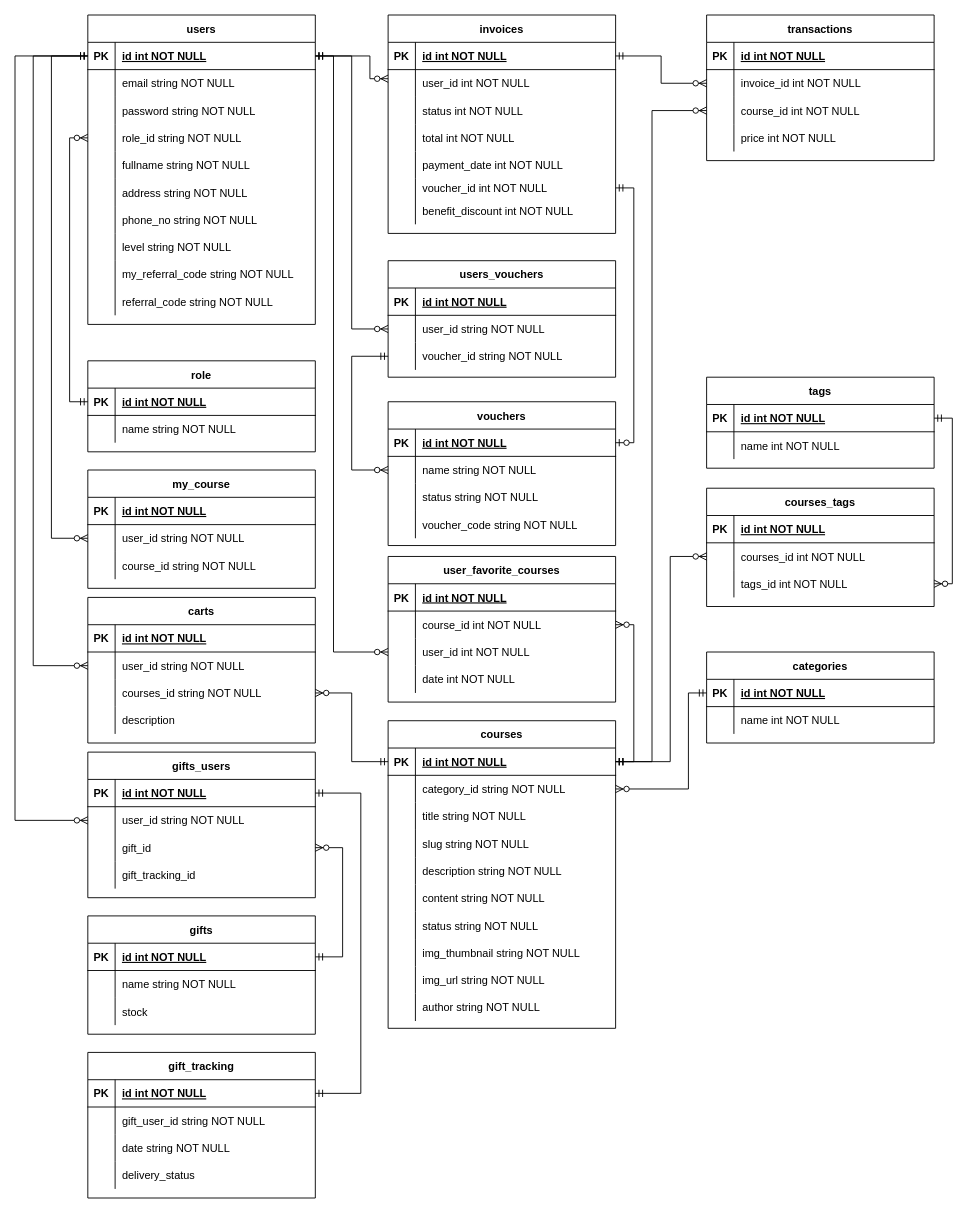
This is page "ERD" (1 of 2) of online-learning.drawio from azmiadhani/diagramsnet, a draw.io file, before an edit. Source tidied: cells renumbered, new cells numbered last; positions are measured from the earlier drawing's top-left corner, leaving out a move shared by most shapes. Both pictures are drawn from the tidied source at 91%, with x=0, y=0 at pixel (-258, 15).
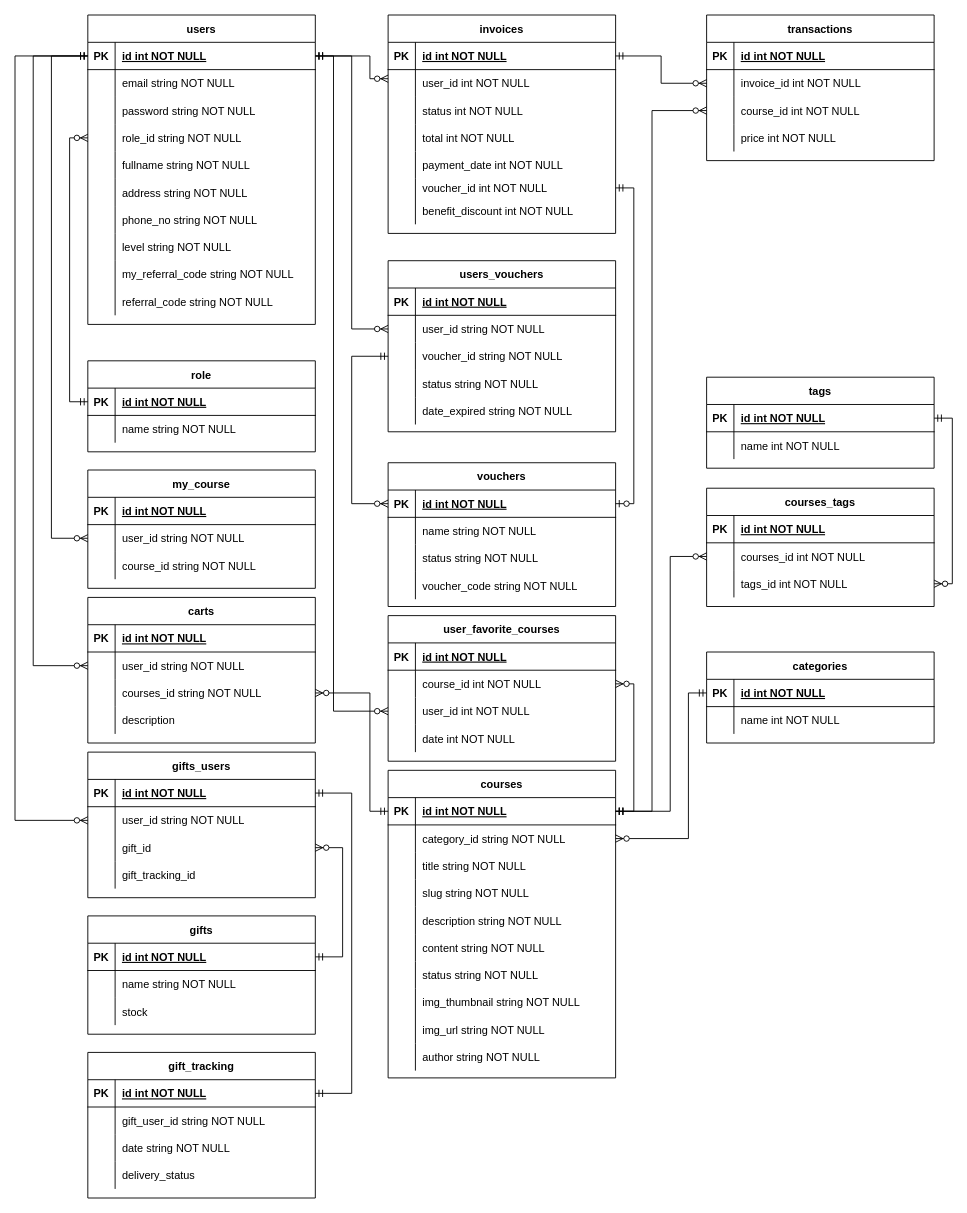
After the change.

The change refers to these unchanged cells:
```xml
<mxCell id="34" style="shape=partialRectangle;fillColor=none;points=[[0,0.5],[1,0.5]];portConstraint=eastwest;top=0;left=0;right=0;bottom=1;" parent="33" vertex="1">
  <mxGeometry y="30" width="250" height="30" as="geometry" />
</mxCell>
<mxCell id="118" style="shape=partialRectangle;fillColor=none;points=[[0,0.5],[1,0.5]];portConstraint=eastwest;top=0;left=0;right=0;bottom=1;" parent="117" vertex="1">
  <mxGeometry y="30" width="250" height="30" as="geometry" />
</mxCell>
<mxCell id="121" style="shape=partialRectangle;fillColor=none;points=[[0,0.5],[1,0.5]];portConstraint=eastwest;top=0;left=0;right=0;bottom=0;" parent="117" vertex="1">
  <mxGeometry y="60" width="250" height="30" as="geometry" />
</mxCell>
<mxCell id="141" style="shape=partialRectangle;fillColor=none;points=[[0,0.5],[1,0.5]];portConstraint=eastwest;top=0;left=0;right=0;bottom=1;" parent="140" vertex="1">
  <mxGeometry y="30" width="250" height="30" as="geometry" />
</mxCell>
<mxCell id="169" style="shape=partialRectangle;fillColor=none;points=[[0,0.5],[1,0.5]];portConstraint=eastwest;top=0;left=0;right=0;bottom=1;" parent="168" vertex="1">
  <mxGeometry y="30" width="250" height="30" as="geometry" />
</mxCell>
<mxCell id="188" style="shape=partialRectangle;fillColor=none;points=[[0,0.5],[1,0.5]];portConstraint=eastwest;top=0;left=0;right=0;bottom=0;" parent="181" vertex="1">
  <mxGeometry y="90" width="250" height="30" as="geometry" />
</mxCell>
<mxCell id="237" style="shape=partialRectangle;fillColor=none;points=[[0,0.5],[1,0.5]];portConstraint=eastwest;top=0;left=0;right=0;bottom=0;" parent="230" vertex="1">
  <mxGeometry y="90" width="250" height="30" as="geometry" />
</mxCell>
```

The edit, as a diff of the source:
```diff
@@
     <mxCell id="33" value="courses" style="shape=table;startSize=30;childLayout=tableLayout;rowLines=0;fontStyle=1;align=center;" parent="1" vertex="1">
-      <mxGeometry x="710" y="775.5" width="250" height="338" as="geometry" />
+      <mxGeometry x="710" y="830" width="250" height="338" as="geometry" />
     </mxCell>
@@
     <mxCell id="117" value="vouchers" style="shape=table;startSize=30;childLayout=tableLayout;rowLines=0;fontStyle=1;align=center;" parent="1" vertex="1">
-      <mxGeometry x="710" y="425" width="250" height="158" as="geometry" />
+      <mxGeometry x="710" y="492" width="250" height="158" as="geometry" />
     </mxCell>
@@
     <mxCell id="154" value="user_favorite_courses" style="shape=table;startSize=30;childLayout=tableLayout;rowLines=0;fontStyle=1;align=center;" parent="1" vertex="1">
-      <mxGeometry x="710" y="595" width="250" height="160" as="geometry" />
+      <mxGeometry x="710" y="660" width="250" height="160" as="geometry" />
     </mxCell>
@@
     <mxCell id="226" style="edgeStyle=elbowEdgeStyle;fontSize=12;html=1;endArrow=ERmandOne;startArrow=ERmandOne;rounded=0;" parent="1" edge="1" source="141" target="169">
       <mxGeometry relative="1" as="geometry">
         <Array as="points">
+          <mxPoint x="670" y="950" />
           <mxPoint x="680" y="1060" />
           <mxPoint x="670" y="1050" />
         </Array>
       </mxGeometry>
     </mxCell>
@@
     <mxCell id="229" style="edgeStyle=elbowEdgeStyle;fontSize=12;html=1;endArrow=ERzeroToMany;startArrow=ERmandOne;rounded=0;" parent="1" edge="1" source="34" target="188">
       <mxGeometry relative="1" as="geometry">
         <Array as="points">
-          <mxPoint x="670" y="800" />
+          <mxPoint x="690" y="810" />
           <mxPoint x="340" y="460" />
           <mxPoint x="240" y="420" />
           <mxPoint x="380" y="360" />
           <mxPoint x="350" y="370" />
           <mxPoint x="390" y="300" />
         </Array>
       </mxGeometry>
     </mxCell>
     <mxCell id="230" value="users_vouchers" style="shape=table;startSize=30;childLayout=tableLayout;rowLines=0;fontStyle=1;align=center;" parent="1" vertex="1">
-      <mxGeometry x="710" y="270" width="250" height="128" as="geometry" />
+      <mxGeometry x="710" y="270" width="250" height="188" as="geometry" />
     </mxCell>
@@
+    <mxCell id="243" style="shape=partialRectangle;fillColor=none;top=0;left=0;right=0;bottom=0;" parent="230" vertex="1">
+      <mxGeometry y="120" width="250" height="30" as="geometry" />
+    </mxCell>
+    <mxCell id="244" style="shape=partialRectangle;overflow=hidden;fillColor=none;top=0;left=0;bottom=0;right=0;" parent="243" vertex="1">
+      <mxGeometry width="30" height="30" as="geometry" />
+    </mxCell>
+    <mxCell id="245" value="status string NOT NULL" style="shape=partialRectangle;overflow=hidden;fillColor=none;top=0;left=0;bottom=0;right=0;align=left;spacingLeft=6;" parent="243" vertex="1">
+      <mxGeometry x="30" width="220" height="30" as="geometry" />
+    </mxCell>
+    <mxCell id="246" style="shape=partialRectangle;fillColor=none;top=0;left=0;right=0;bottom=0;" parent="230" vertex="1">
+      <mxGeometry y="150" width="250" height="30" as="geometry" />
+    </mxCell>
+    <mxCell id="247" style="shape=partialRectangle;overflow=hidden;fillColor=none;top=0;left=0;bottom=0;right=0;" parent="246" vertex="1">
+      <mxGeometry width="30" height="30" as="geometry" />
+    </mxCell>
+    <mxCell id="248" value="date_expired string NOT NULL" style="shape=partialRectangle;overflow=hidden;fillColor=none;top=0;left=0;bottom=0;right=0;align=left;spacingLeft=6;" parent="246" vertex="1">
+      <mxGeometry x="30" width="220" height="30" as="geometry" />
+    </mxCell>
@@
-    <mxCell id="242" style="edgeStyle=elbowEdgeStyle;fontSize=12;html=1;endArrow=ERzeroToMany;startArrow=ERmandOne;rounded=0;" parent="1" edge="1" source="237" target="121">
+    <mxCell id="242" style="edgeStyle=elbowEdgeStyle;fontSize=12;html=1;endArrow=ERzeroToMany;startArrow=ERmandOne;rounded=0;" parent="1" edge="1" source="237" target="118">
       <mxGeometry relative="1" as="geometry">
         <Array as="points">
           <mxPoint x="670" y="430" />
           <mxPoint x="680" y="440" />
         </Array>
       </mxGeometry>
     </mxCell>
```
